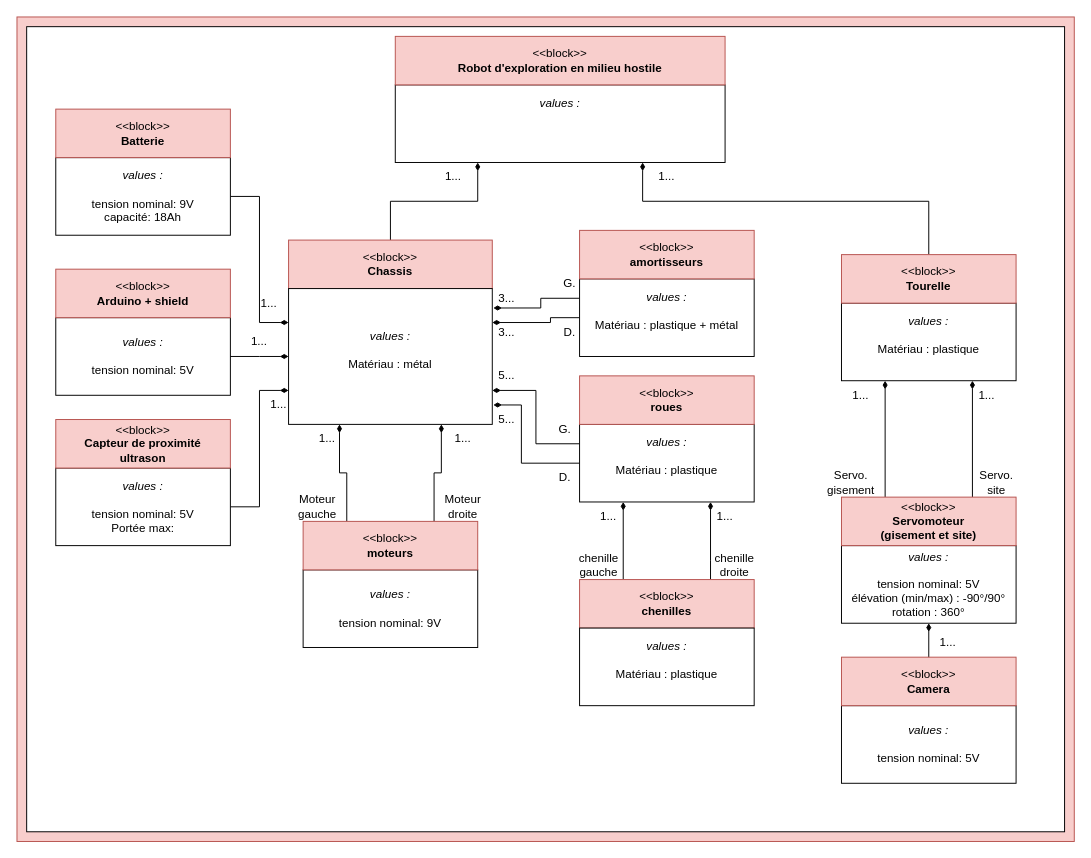
Above: Diagramme/DDB.drawio in Hc-Sky/La_Chenille (draw.io), before the change. Source tidied: cells renumbered, new cells numbered last; positions are measured from the earlier drawing's top-left corner, leaving out a move shared by most shapes. Both pictures are drawn from the tidied source at 97%, with x=0, y=0 at pixel (16, 16).
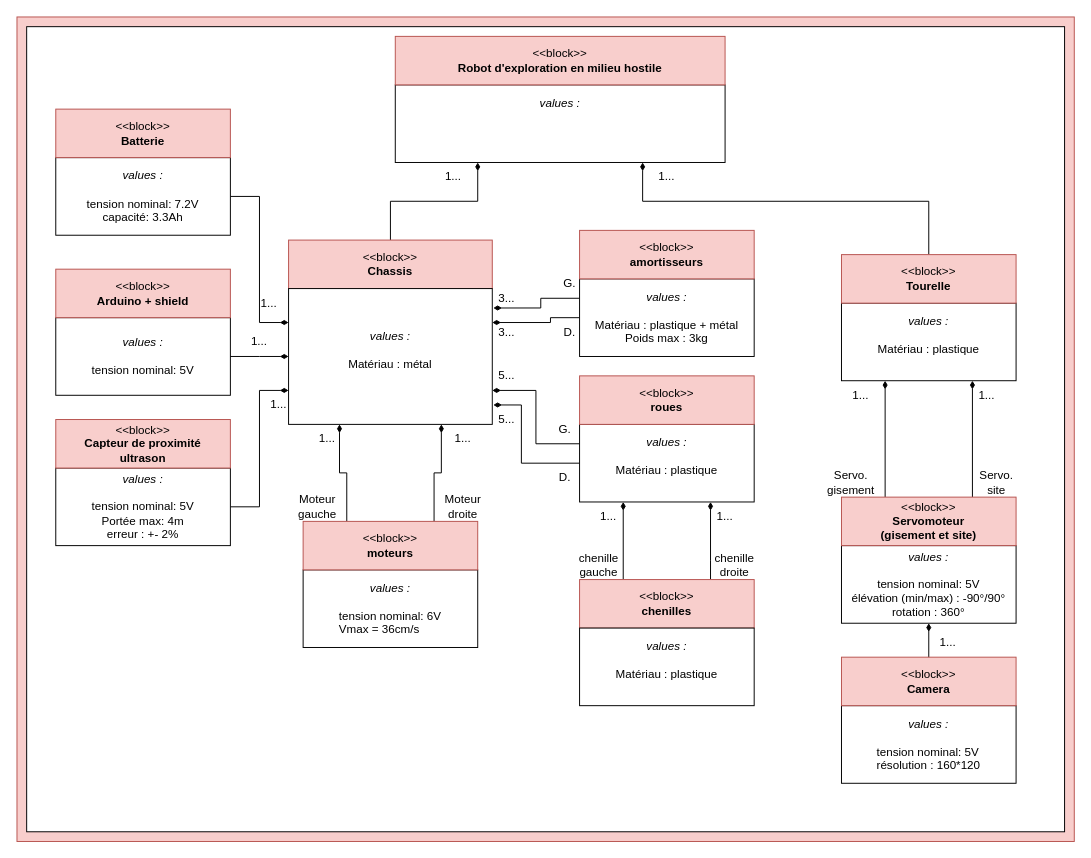
The same diagram, later.

Diff of the diagram source:
```diff
@@
-    <mxCell id="23" value="&lt;div&gt;&lt;i&gt;values :&lt;br&gt;&lt;/i&gt;&lt;/div&gt;&lt;div&gt;&lt;br&gt;&lt;/div&gt;&lt;div align=&quot;left&quot;&gt;tension nominal: 5V&lt;br&gt;&lt;/div&gt;" style="rounded=0;whiteSpace=wrap;html=1;" parent="1" vertex="1">
+    <mxCell id="23" value="&lt;div&gt;&lt;i&gt;values :&lt;br&gt;&lt;/i&gt;&lt;/div&gt;&lt;div&gt;&lt;br&gt;&lt;/div&gt;&lt;div align=&quot;left&quot;&gt;tension nominal: 5V&lt;/div&gt;&lt;div align=&quot;center&quot;&gt;résolution : 160*120&lt;br&gt;&lt;/div&gt;" style="rounded=0;whiteSpace=wrap;html=1;" parent="1" vertex="1">
       <mxGeometry x="850" y="710" width="180" height="80" as="geometry" />
     </mxCell>
@@
-    <mxCell id="27" value="&lt;div&gt;&lt;i&gt;values :&lt;br&gt;&lt;/i&gt;&lt;/div&gt;&lt;div&gt;&lt;br&gt;&lt;/div&gt;&lt;div align=&quot;left&quot;&gt;tension nominal: 9V&lt;br&gt;&lt;/div&gt;&lt;div&gt;capacité: 18Ah&lt;br&gt;&lt;/div&gt;" style="rounded=0;whiteSpace=wrap;html=1;" parent="1" vertex="1">
+    <mxCell id="27" value="&lt;div&gt;&lt;i&gt;values :&lt;br&gt;&lt;/i&gt;&lt;/div&gt;&lt;div&gt;&lt;br&gt;&lt;/div&gt;&lt;div align=&quot;left&quot;&gt;tension nominal: 7.2V&lt;br&gt;&lt;/div&gt;&lt;div&gt;capacité: 3.3Ah&lt;br&gt;&lt;/div&gt;" style="rounded=0;whiteSpace=wrap;html=1;" parent="1" vertex="1">
       <mxGeometry x="40" y="145" width="180" height="80" as="geometry" />
     </mxCell>
@@
-    <mxCell id="29" value="&lt;div&gt;&lt;i&gt;values :&lt;br&gt;&lt;/i&gt;&lt;/div&gt;&lt;div&gt;&lt;br&gt;&lt;/div&gt;&lt;div align=&quot;left&quot;&gt;tension nominal: 9V&lt;br&gt;&lt;/div&gt;" style="rounded=0;whiteSpace=wrap;html=1;" parent="1" vertex="1">
+    <mxCell id="29" value="&lt;div&gt;&lt;i&gt;values :&lt;br&gt;&lt;/i&gt;&lt;/div&gt;&lt;div&gt;&lt;br&gt;&lt;/div&gt;&lt;div align=&quot;left&quot;&gt;tension nominal: 6V&lt;/div&gt;&lt;div align=&quot;left&quot;&gt;Vmax = 36cm/s&lt;br&gt;&lt;/div&gt;" style="rounded=0;whiteSpace=wrap;html=1;" parent="1" vertex="1">
       <mxGeometry x="295" y="570" width="180" height="80" as="geometry" />
     </mxCell>
@@
-    <mxCell id="42" value="&lt;div&gt;&lt;i&gt;values :&lt;br&gt;&lt;/i&gt;&lt;/div&gt;&lt;div&gt;&lt;br&gt;&lt;/div&gt;&lt;div align=&quot;left&quot;&gt;tension nominal: 5V&lt;br&gt;&lt;/div&gt;&lt;div&gt;Portée max:&lt;br&gt;&lt;/div&gt;" style="rounded=0;whiteSpace=wrap;html=1;" parent="1" vertex="1">
+    <mxCell id="42" value="&lt;div&gt;&lt;i&gt;values :&lt;br&gt;&lt;/i&gt;&lt;/div&gt;&lt;div&gt;&lt;br&gt;&lt;/div&gt;&lt;div align=&quot;left&quot;&gt;tension nominal: 5V&lt;br&gt;&lt;/div&gt;&lt;div&gt;Portée max: 4m&lt;/div&gt;&lt;div&gt;erreur : +- 2%&lt;br&gt;&lt;/div&gt;" style="rounded=0;whiteSpace=wrap;html=1;" parent="1" vertex="1">
       <mxGeometry x="40" y="465" width="180" height="80" as="geometry" />
     </mxCell>
@@
-    <mxCell id="48" value="&lt;div&gt;&lt;i&gt;values :&lt;br&gt;&lt;/i&gt;&lt;/div&gt;&lt;div&gt;&lt;br&gt;&lt;/div&gt;&lt;div align=&quot;left&quot;&gt;Matériau : plastique + métal&lt;br&gt;&lt;/div&gt;&lt;div&gt;&lt;br&gt;&lt;/div&gt;" style="rounded=0;whiteSpace=wrap;html=1;" parent="1" vertex="1">
+    <mxCell id="48" value="&lt;div&gt;&lt;i&gt;values :&lt;br&gt;&lt;/i&gt;&lt;/div&gt;&lt;div&gt;&lt;br&gt;&lt;/div&gt;&lt;div align=&quot;left&quot;&gt;Matériau : plastique + métal&lt;br&gt;&lt;/div&gt;&lt;div&gt;Poids max : 3kg&lt;br&gt;&lt;/div&gt;" style="rounded=0;whiteSpace=wrap;html=1;" parent="1" vertex="1">
       <mxGeometry x="580" y="270" width="180" height="80" as="geometry" />
     </mxCell>
```
